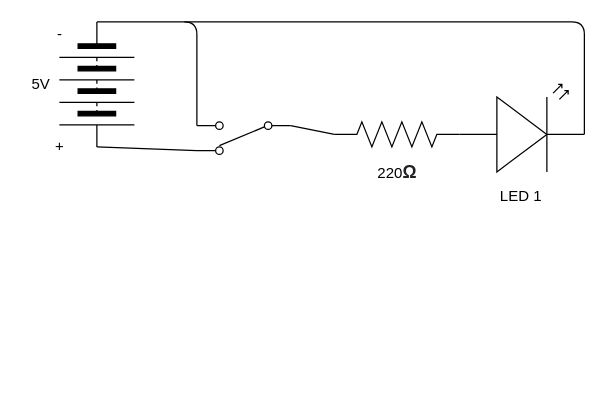
The draw.io diagram Unit4-05/Unit4-05.drawio in Infinity-deGuzman/TEJ3M-Unit-4, before the edit. Source tidied: cells renumbered, new cells numbered last; positions are measured from the earlier drawing's top-left corner, leaving out a move shared by most shapes. Both pictures are drawn from the tidied source at 125%, with x=0, y=0 at pixel (21, 21).
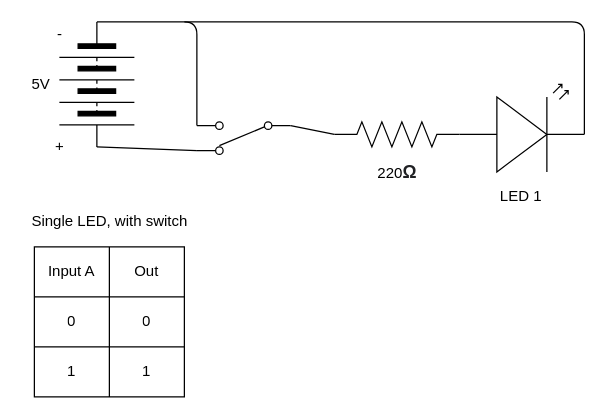
Above is the later version.

Diff of the diagram source:
```diff
@@
+    <mxCell id="15" style="shape=table;startSize=0;childLayout=tableLayout;" parent="1" vertex="1">
+      <mxGeometry x="10" y="180" width="120" height="120" as="geometry" />
+    </mxCell>
+    <mxCell id="16" style="shape=partialRectangle;fillColor=none;top=0;left=0;bottom=0;right=0;" parent="15" vertex="1">
+      <mxGeometry width="120" height="40" as="geometry" />
+    </mxCell>
+    <mxCell id="17" value="Input A" style="shape=partialRectangle;html=1;whiteSpace=wrap;overflow=hidden;fillColor=none;top=0;left=0;bottom=0;right=0;" parent="16" vertex="1">
+      <mxGeometry width="60" height="40" as="geometry" />
+    </mxCell>
+    <mxCell id="18" value="Out" style="shape=partialRectangle;html=1;whiteSpace=wrap;overflow=hidden;fillColor=none;top=0;left=0;bottom=0;right=0;" parent="16" vertex="1">
+      <mxGeometry x="60" width="60" height="40" as="geometry" />
+    </mxCell>
+    <mxCell id="19" style="shape=partialRectangle;fillColor=none;top=0;left=0;bottom=0;right=0;" parent="15" vertex="1">
+      <mxGeometry y="40" width="120" height="40" as="geometry" />
+    </mxCell>
+    <mxCell id="20" value="0" style="shape=partialRectangle;html=1;whiteSpace=wrap;overflow=hidden;fillColor=none;top=0;left=0;bottom=0;right=0;" parent="19" vertex="1">
+      <mxGeometry width="60" height="40" as="geometry" />
+    </mxCell>
+    <mxCell id="21" value="0" style="shape=partialRectangle;html=1;whiteSpace=wrap;overflow=hidden;fillColor=none;top=0;left=0;bottom=0;right=0;" parent="19" vertex="1">
+      <mxGeometry x="60" width="60" height="40" as="geometry" />
+    </mxCell>
+    <mxCell id="22" style="shape=partialRectangle;fillColor=none;top=0;left=0;bottom=0;right=0;" parent="15" vertex="1">
+      <mxGeometry y="80" width="120" height="40" as="geometry" />
+    </mxCell>
+    <mxCell id="23" value="1" style="shape=partialRectangle;html=1;whiteSpace=wrap;overflow=hidden;fillColor=none;top=0;left=0;bottom=0;right=0;" parent="22" vertex="1">
+      <mxGeometry width="60" height="40" as="geometry" />
+    </mxCell>
+    <mxCell id="24" value="1" style="shape=partialRectangle;html=1;whiteSpace=wrap;overflow=hidden;fillColor=none;top=0;left=0;bottom=0;right=0;" parent="22" vertex="1">
+      <mxGeometry x="60" width="60" height="40" as="geometry" />
+    </mxCell>
+    <mxCell id="25" value="Single LED, with switch" style="text;html=1;align=center;verticalAlign=middle;strokeColor=none;fillColor=none;" parent="1" vertex="1">
+      <mxGeometry y="150" width="140" height="20" as="geometry" />
+    </mxCell>
```
